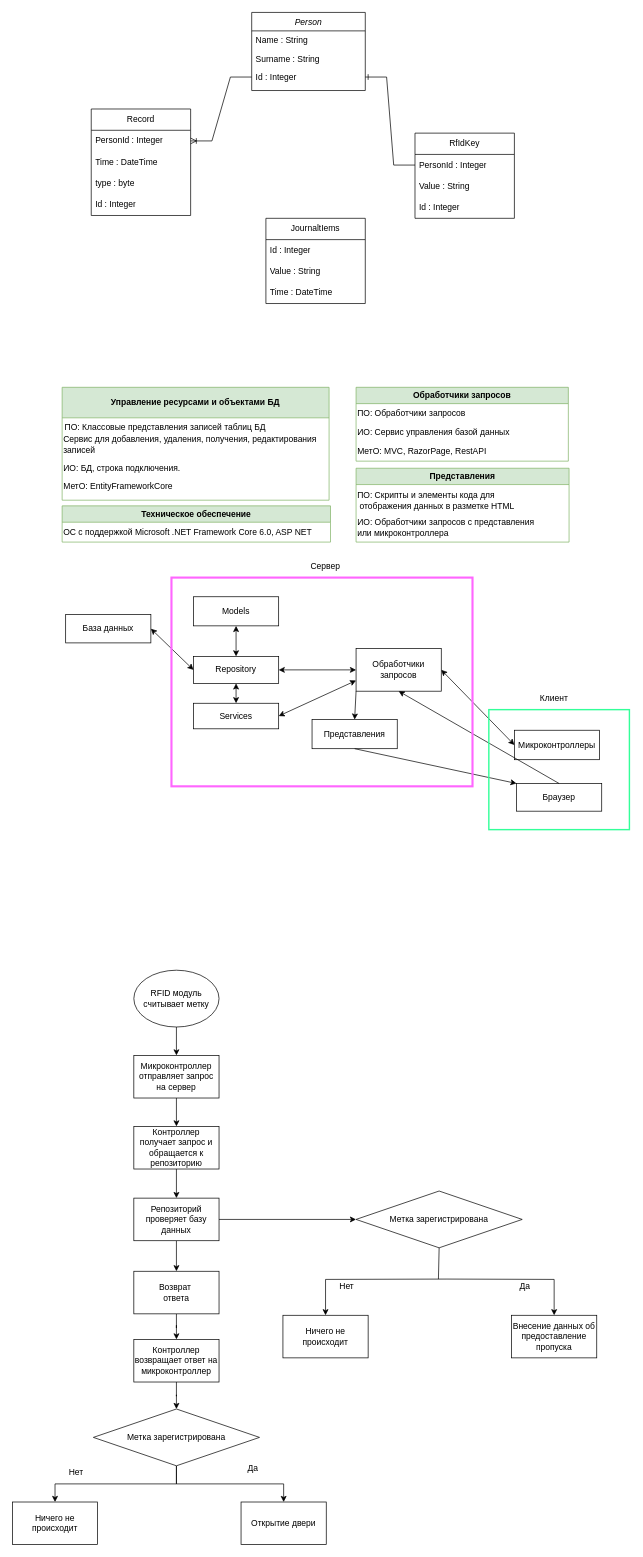
The draw.io diagram Диаграмма без названия.drawio in XYphrodite/RioCourseWork, before the edit. Source tidied: cells renumbered, new cells numbered last; positions are measured from the earlier drawing's top-left corner, leaving out a move shared by most shapes. Both pictures are drawn from the tidied source at 71%, with x=0, y=0 at pixel (12, 12).
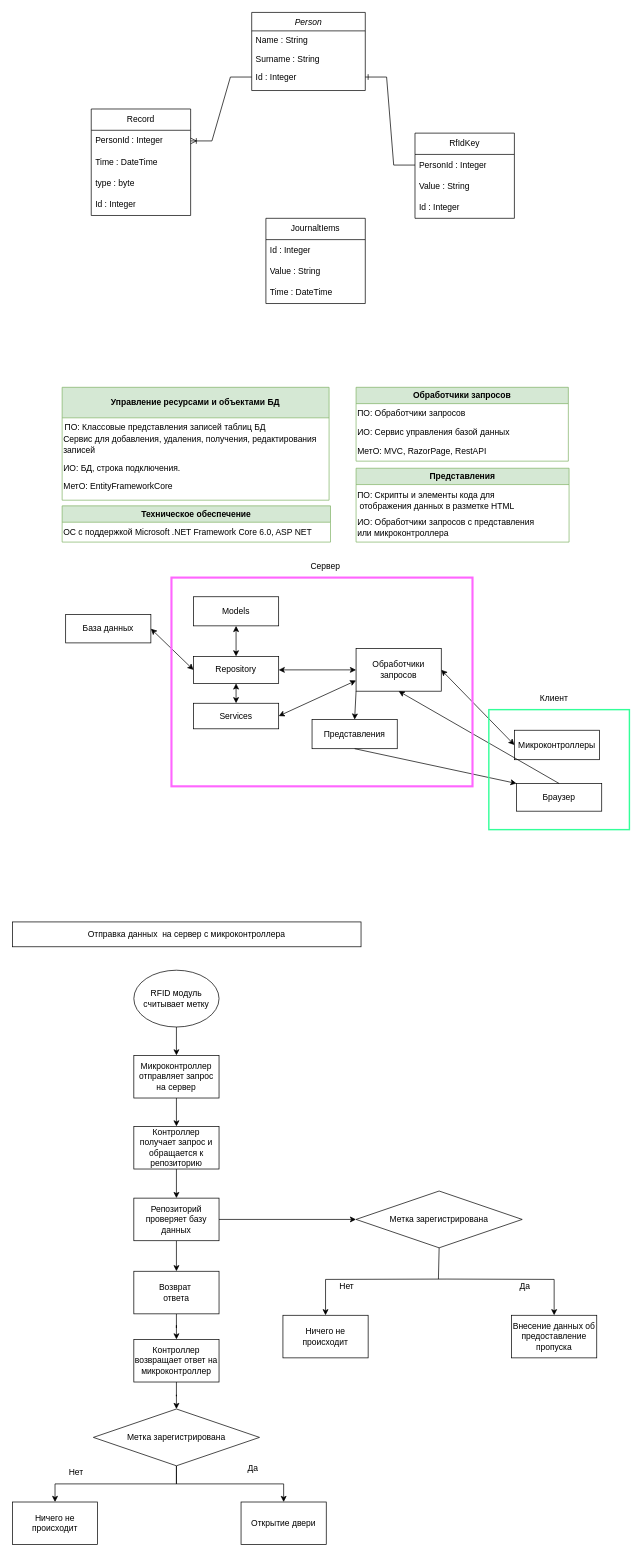
The same page after the edit.

What changed in the source:
```diff
@@
+    <mxCell id="84" value="Отправка данных&amp;nbsp; на сервер с микроконтроллера" style="rounded=0;whiteSpace=wrap;html=1;" parent="1" vertex="1">
+      <mxGeometry y="1281" width="491" height="35" as="geometry" />
+    </mxCell>
```
